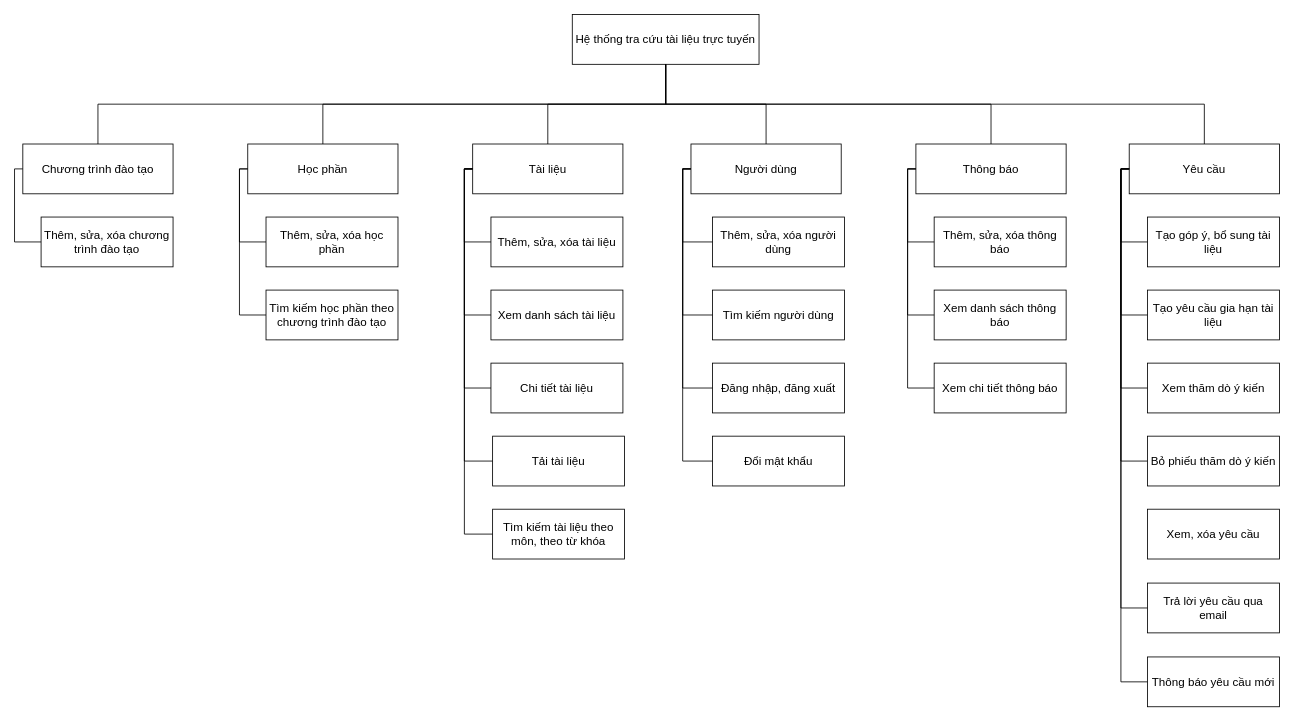
Before: page "BFD" (1 of 2) of chart.drawio in trananhx/ThuVien, a draw.io diagram. Source tidied: cells renumbered, new cells numbered last; positions are measured from the earlier drawing's top-left corner, leaving out a move shared by most shapes. Both pictures are drawn from the tidied source at 83%, with x=0, y=0 at pixel (22, 14).
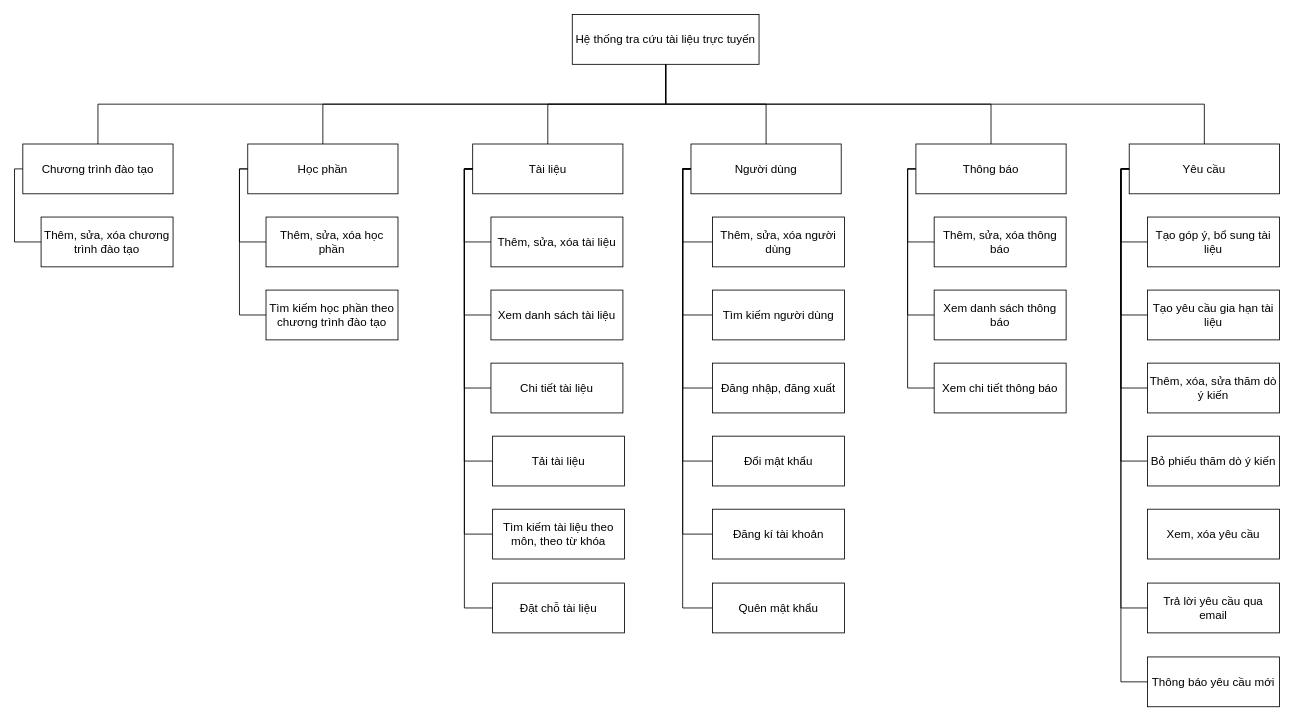
The same page after the edit.

Unchanged cells that the change refers to:
```xml
<mxCell id="3" value="Người dùng" style="rounded=0;whiteSpace=wrap;html=1;fontSize=14;" parent="1" vertex="1">
  <mxGeometry x="805" y="156" width="181" height="60" as="geometry" />
</mxCell>
<mxCell id="17" value="Tài liệu" style="rounded=0;whiteSpace=wrap;html=1;fontSize=14;" parent="1" vertex="1">
  <mxGeometry x="542" y="156" width="181" height="60" as="geometry" />
</mxCell>
```

The edit, as a diff of the source:
```diff
@@
-    <mxCell id="25" value="Xem thăm dò ý kiến" style="rounded=0;whiteSpace=wrap;html=1;fontSize=14;" parent="1" vertex="1">
+    <mxCell id="25" value="Thêm, xóa, sửa thăm dò ý kiến" style="rounded=0;whiteSpace=wrap;html=1;fontSize=14;" parent="1" vertex="1">
       <mxGeometry x="1355" y="420" width="159" height="60" as="geometry" />
     </mxCell>
@@
+    <mxCell id="58" value="Đăng kí tài khoản" style="rounded=0;whiteSpace=wrap;html=1;fontSize=14;" parent="1" vertex="1">
+      <mxGeometry x="831" y="596" width="159" height="60" as="geometry" />
+    </mxCell>
+    <mxCell id="59" value="Quên mật khẩu" style="rounded=0;whiteSpace=wrap;html=1;fontSize=14;" parent="1" vertex="1">
+      <mxGeometry x="831" y="685" width="159" height="60" as="geometry" />
+    </mxCell>
+    <mxCell id="60" value="Đặt chỗ tài liệu" style="rounded=0;whiteSpace=wrap;html=1;fontSize=14;" parent="1" vertex="1">
+      <mxGeometry x="566" y="685" width="159" height="60" as="geometry" />
+    </mxCell>
+    <mxCell id="61" style="endArrow=none;html=1;rounded=0;exitX=0;exitY=0.5;exitDx=0;exitDy=0;entryX=0;entryY=0.5;entryDx=0;entryDy=0;edgeStyle=orthogonalEdgeStyle;fontSize=14;" parent="1" edge="1" source="3" target="58">
+      <mxGeometry relative="1" as="geometry" />
+    </mxCell>
+    <mxCell id="62" style="endArrow=none;html=1;rounded=0;exitX=0;exitY=0.5;exitDx=0;exitDy=0;entryX=0;entryY=0.5;entryDx=0;entryDy=0;edgeStyle=orthogonalEdgeStyle;fontSize=14;" parent="1" edge="1" source="3" target="59">
+      <mxGeometry relative="1" as="geometry" />
+    </mxCell>
+    <mxCell id="63" style="endArrow=none;html=1;rounded=0;exitX=0;exitY=0.5;exitDx=0;exitDy=0;entryX=0;entryY=0.5;entryDx=0;entryDy=0;edgeStyle=orthogonalEdgeStyle;fontSize=14;" parent="1" edge="1" source="17" target="60">
+      <mxGeometry relative="1" as="geometry" />
+    </mxCell>
```
